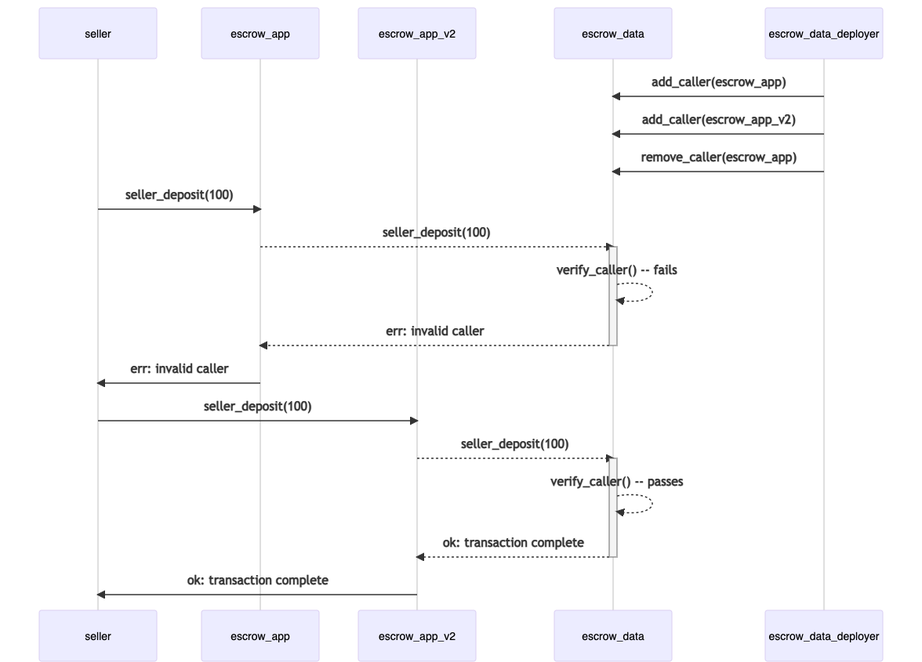
This is 002-app-data/clarinet-projects/saad-s/diagrams/appdata.png from tintash/clarity-projects, a Mermaid export, as it was before one commit. Its source is kept beside it as 002-app-data/clarinet-projects/saad-s/diagrams/appdata.mmd.
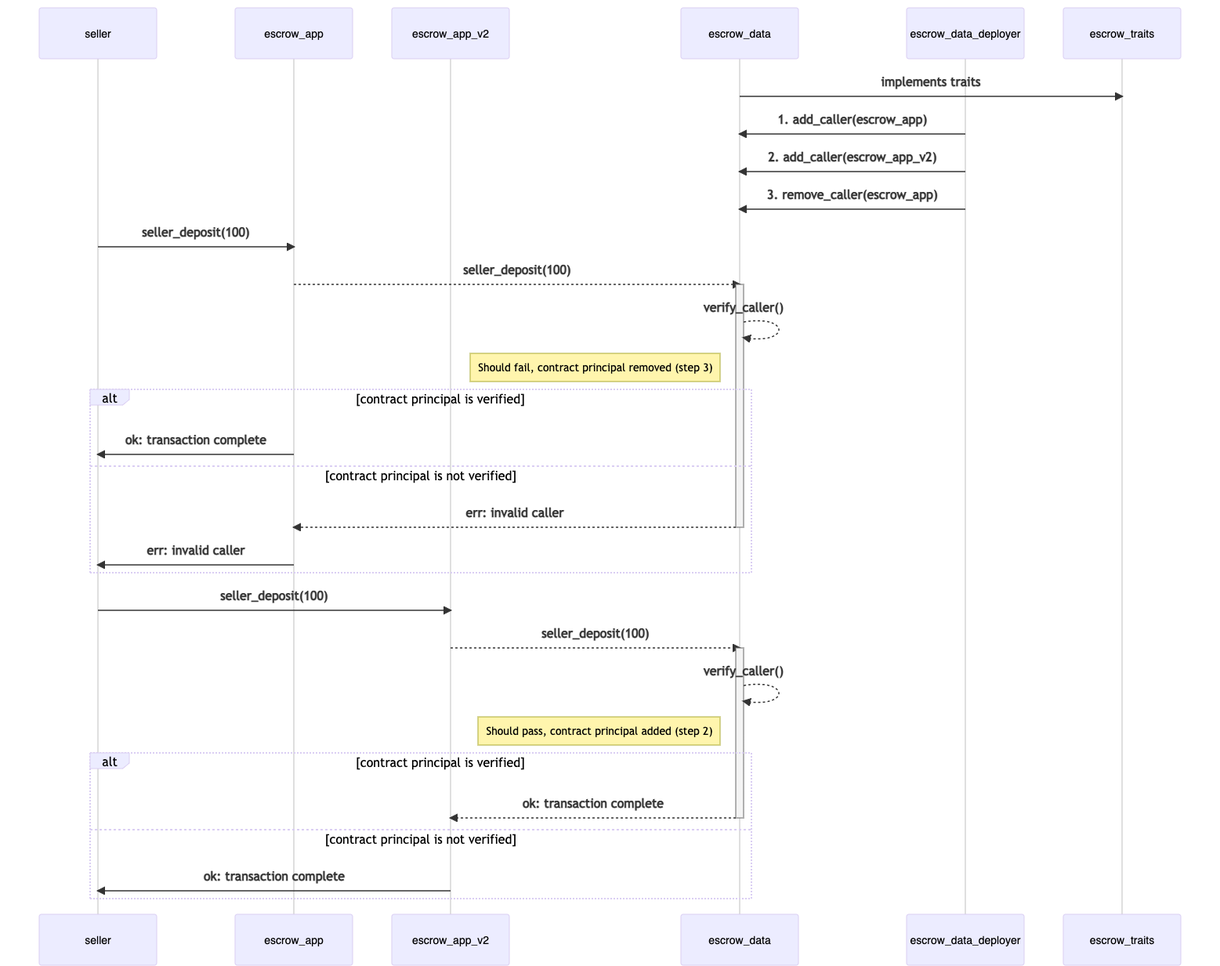
The same diagram one commit later.

What changed in the source:
```diff
@@ -4,19 +4,31 @@
   participant escrow_app_v2
   participant escrow_data
   participant escrow_data_deployer
+  participant escrow_traits
 
-  escrow_data_deployer ->> escrow_data: add_caller(escrow_app)
-  escrow_data_deployer ->> escrow_data: add_caller(escrow_app_v2)
-  escrow_data_deployer ->> escrow_data: remove_caller(escrow_app)
+  escrow_data ->> escrow_traits: implements traits
+  escrow_data_deployer ->> escrow_data: 1. add_caller(escrow_app)
+  escrow_data_deployer ->> escrow_data: 2. add_caller(escrow_app_v2)
+  escrow_data_deployer ->> escrow_data: 3. remove_caller(escrow_app)
 
   seller ->> escrow_app: seller_deposit(100)
   escrow_app -->>+ escrow_data: seller_deposit(100)
-  escrow_data -->> escrow_data: verify_caller() -- fails
+  escrow_data -->> escrow_data: verify_caller()
+  note left of escrow_data: Should fail, contract principal removed (step 3)
+  alt contract principal is verified
+  escrow_app ->> seller: ok: transaction complete
+  else contract principal is not verified
   escrow_data -->>- escrow_app: err: invalid caller
   escrow_app ->> seller: err: invalid caller
+  end
+
 
   seller ->> escrow_app_v2: seller_deposit(100)
   escrow_app_v2 -->>+ escrow_data: seller_deposit(100)
-  escrow_data -->> escrow_data: verify_caller() -- passes
+  escrow_data -->> escrow_data: verify_caller()
+  note left of escrow_data: Should pass, contract principal added (step 2)
+  alt contract principal is verified
   escrow_data -->>- escrow_app_v2: ok: transaction complete
+  else contract principal is not verified
   escrow_app_v2 ->> seller: ok: transaction complete
+  end
```
